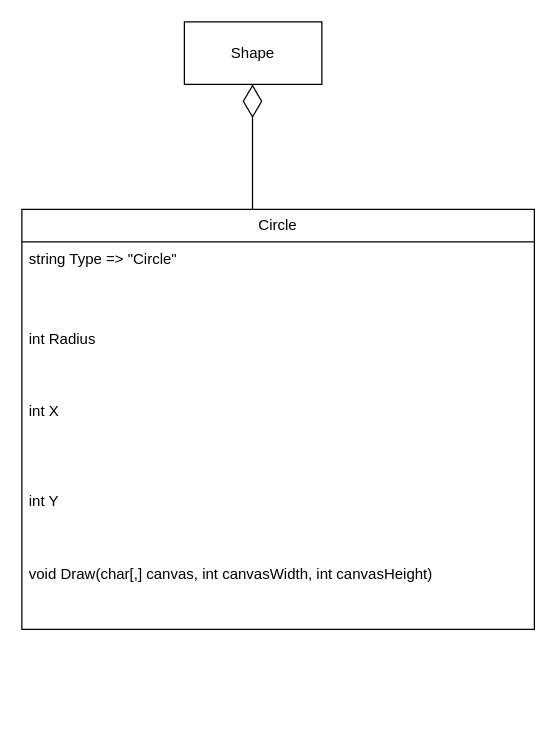
Before: shemas/Circle.drawio in panigirik/OOP, a draw.io diagram. Source tidied: cells renumbered, new cells numbered last; positions are measured from the earlier drawing's top-left corner, leaving out a move shared by most shapes. Both pictures are drawn from the tidied source at 125%, with x=0, y=0 at pixel (21, 21).
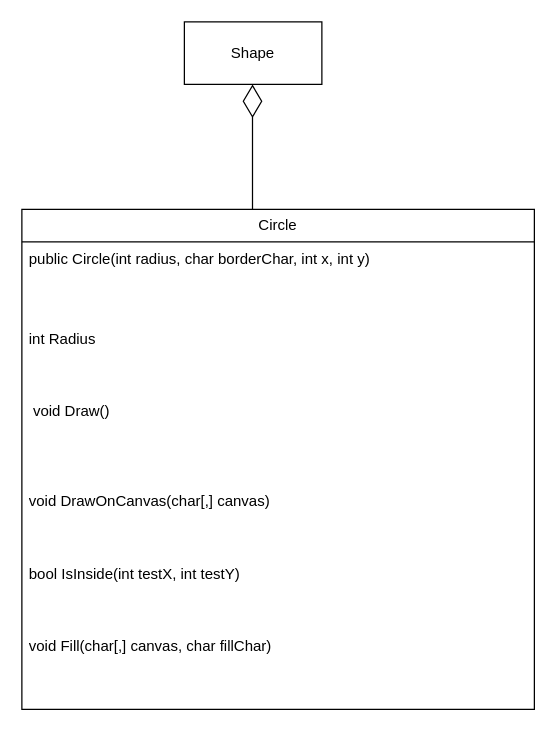
The same page after the edit.

Diff of the diagram source:
```diff
@@
 <mxGraphModel>
   <root>
     <mxCell id="0" />
     <mxCell id="1" parent="0" />
     <mxCell id="2" value="Circle" style="swimlane;fontStyle=0;horizontal=1;startSize=26;fillColor=none;whiteSpace=wrap;html=1;" parent="1" vertex="1">
-      <mxGeometry y="150" width="410" height="336" as="geometry" />
+      <mxGeometry y="150" width="410" height="400" as="geometry" />
     </mxCell>
-    <mxCell id="3" value="string Type =&amp;gt; &quot;Circle&quot;" style="text;strokeColor=none;fillColor=none;align=left;verticalAlign=top;spacingLeft=4;spacingRight=4;overflow=hidden;whiteSpace=wrap;html=1;" parent="2" vertex="1">
+    <mxCell id="3" value="public Circle(int radius, char borderChar, int x, int y)" style="text;strokeColor=none;fillColor=none;align=left;verticalAlign=top;spacingLeft=4;spacingRight=4;overflow=hidden;whiteSpace=wrap;html=1;" parent="2" vertex="1">
       <mxGeometry y="26" width="410" height="64" as="geometry" />
     </mxCell>
     <mxCell id="4" value="int Radius" style="text;strokeColor=none;fillColor=none;align=left;verticalAlign=top;spacingLeft=4;spacingRight=4;overflow=hidden;whiteSpace=wrap;html=1;" parent="2" vertex="1">
       <mxGeometry y="90" width="410" height="58" as="geometry" />
     </mxCell>
-    <mxCell id="5" value="int X" style="text;strokeColor=none;fillColor=none;align=left;verticalAlign=top;spacingLeft=4;spacingRight=4;overflow=hidden;whiteSpace=wrap;html=1;" parent="2" vertex="1">
+    <mxCell id="5" value="&amp;nbsp;void Draw()" style="text;strokeColor=none;fillColor=none;align=left;verticalAlign=top;spacingLeft=4;spacingRight=4;overflow=hidden;whiteSpace=wrap;html=1;" parent="2" vertex="1">
       <mxGeometry y="148" width="410" height="72" as="geometry" />
     </mxCell>
-    <mxCell id="6" value="int Y" style="text;strokeColor=none;fillColor=none;align=left;verticalAlign=top;spacingLeft=4;spacingRight=4;overflow=hidden;whiteSpace=wrap;html=1;" parent="2" vertex="1">
+    <mxCell id="6" value="void DrawOnCanvas(char[,] canvas)" style="text;strokeColor=none;fillColor=none;align=left;verticalAlign=top;spacingLeft=4;spacingRight=4;overflow=hidden;whiteSpace=wrap;html=1;" parent="2" vertex="1">
       <mxGeometry y="220" width="410" height="58" as="geometry" />
     </mxCell>
-    <mxCell id="7" value="void Draw(char[,] canvas, int canvasWidth, int canvasHeight)" style="text;strokeColor=none;fillColor=none;align=left;verticalAlign=top;spacingLeft=4;spacingRight=4;overflow=hidden;whiteSpace=wrap;html=1;" parent="2" vertex="1">
+    <mxCell id="7" value="bool IsInside(int testX, int testY)" style="text;strokeColor=none;fillColor=none;align=left;verticalAlign=top;spacingLeft=4;spacingRight=4;overflow=hidden;whiteSpace=wrap;html=1;" parent="2" vertex="1">
       <mxGeometry y="278" width="410" height="58" as="geometry" />
     </mxCell>
+    <mxCell id="10" value="void Fill(char[,] canvas, char fillChar)" style="text;strokeColor=none;fillColor=none;align=left;verticalAlign=top;spacingLeft=4;spacingRight=4;overflow=hidden;whiteSpace=wrap;html=1;" parent="2" vertex="1">
+      <mxGeometry y="336" width="410" height="64" as="geometry" />
+    </mxCell>
     <mxCell id="8" value="Shape" style="html=1;whiteSpace=wrap;" parent="1" vertex="1">
       <mxGeometry x="130" width="110" height="50" as="geometry" />
     </mxCell>
     <mxCell id="9" style="endArrow=diamondThin;endFill=0;endSize=24;html=1;rounded=0;" parent="1" edge="1">
       <mxGeometry relative="1" as="geometry">
         <mxPoint x="184.5" y="150" as="sourcePoint" />
         <mxPoint x="184.5" y="50" as="targetPoint" />
       </mxGeometry>
     </mxCell>
   </root>
 </mxGraphModel>
```
